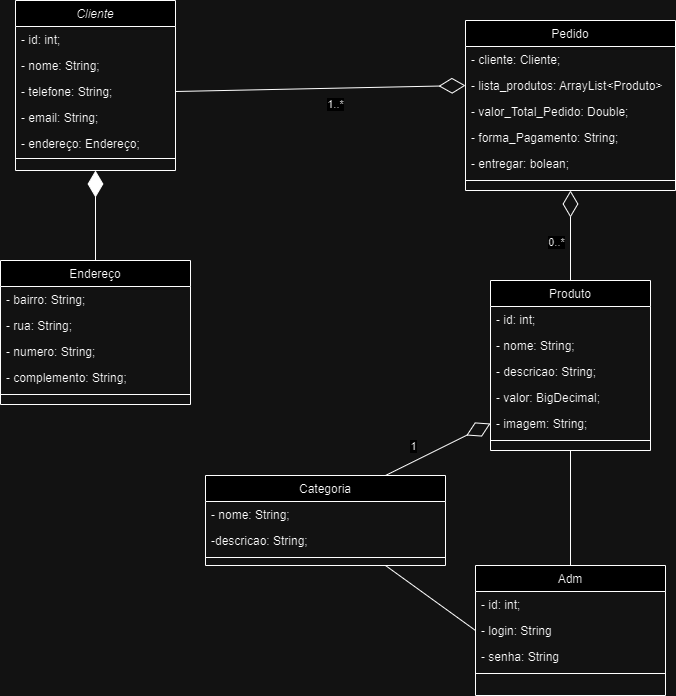
Joao-Antonio-Reis/Projeto-Delivery keeps this draw.io diagram as Documents/Diagrama UML- Projeto Final.png. Above is the earlier version. Source tidied: cells renumbered, new cells last; positions are measured from the earlier drawing's top-left corner, leaving out a move shared by most shapes. Source of this version:
```xml
<mxGraphModel>
  <root>
    <mxCell id="0" />
    <mxCell id="1" parent="0" />
    <mxCell id="2" value="Cliente" style="swimlane;fontStyle=2;align=center;verticalAlign=top;horizontal=1;startSize=26;rounded=0;shadow=0;strokeWidth=1;" parent="1" vertex="1">
      <mxGeometry x="15" width="160" height="170" as="geometry" />
    </mxCell>
    <mxCell id="3" value="- id: int;  " style="text;align=left;verticalAlign=top;spacingLeft=4;spacingRight=4;overflow=hidden;" parent="2" vertex="1">
      <mxGeometry y="26" width="160" height="26" as="geometry" />
    </mxCell>
    <mxCell id="4" value="- nome: String;        " style="text;align=left;verticalAlign=top;spacingLeft=4;spacingRight=4;overflow=hidden;rounded=0;shadow=0;html=0;" parent="2" vertex="1">
      <mxGeometry y="52" width="160" height="26" as="geometry" />
    </mxCell>
    <mxCell id="5" value="- telefone: String;" style="text;align=left;verticalAlign=top;spacingLeft=4;spacingRight=4;overflow=hidden;points=[[0,0.5],[1,0.5]];portConstraint=eastwest;rounded=0;shadow=0;html=0;" parent="2" vertex="1">
      <mxGeometry y="78" width="160" height="26" as="geometry" />
    </mxCell>
    <mxCell id="6" value="- email: String;" style="text;align=left;verticalAlign=top;spacingLeft=4;spacingRight=4;overflow=hidden;rounded=0;shadow=0;html=0;" parent="2" vertex="1">
      <mxGeometry y="104" width="160" height="26" as="geometry" />
    </mxCell>
    <mxCell id="7" value="- endereço: Endereço;" style="text;align=left;verticalAlign=top;spacingLeft=4;spacingRight=4;overflow=hidden;rounded=0;shadow=0;html=0;" parent="2" vertex="1">
      <mxGeometry y="130" width="160" height="26" as="geometry" />
    </mxCell>
    <mxCell id="8" style="line;html=1;strokeWidth=1;align=left;verticalAlign=middle;spacingTop=-1;spacingLeft=3;spacingRight=3;labelPosition=right;" parent="2" vertex="1">
      <mxGeometry y="156" width="160" height="4" as="geometry" />
    </mxCell>
    <mxCell id="9" style="rounded=0;jettySize=auto;html=1;endArrow=diamondThin;endFill=1;startArrow=none;startFill=0;endSize=24;startSize=24;" parent="1" edge="1" source="10">
      <mxGeometry relative="1" as="geometry">
        <mxPoint x="95" y="170" as="targetPoint" />
      </mxGeometry>
    </mxCell>
    <mxCell id="10" value="Endereço" style="swimlane;fontStyle=0;align=center;verticalAlign=top;horizontal=1;startSize=26;rounded=0;shadow=0;strokeWidth=1;" parent="1" vertex="1">
      <mxGeometry y="260" width="190" height="144" as="geometry" />
    </mxCell>
    <mxCell id="11" value="- bairro: String;" style="text;align=left;verticalAlign=top;spacingLeft=4;spacingRight=4;overflow=hidden;" parent="10" vertex="1">
      <mxGeometry y="26" width="190" height="26" as="geometry" />
    </mxCell>
    <mxCell id="12" value="- rua: String;" style="text;align=left;verticalAlign=top;spacingLeft=4;spacingRight=4;overflow=hidden;rounded=0;shadow=0;html=0;" parent="10" vertex="1">
      <mxGeometry y="52" width="190" height="26" as="geometry" />
    </mxCell>
    <mxCell id="13" value="- numero: String;" style="text;align=left;verticalAlign=top;spacingLeft=4;spacingRight=4;overflow=hidden;rounded=0;shadow=0;html=0;" parent="10" vertex="1">
      <mxGeometry y="78" width="190" height="26" as="geometry" />
    </mxCell>
    <mxCell id="14" value="- complemento: String;" style="text;align=left;verticalAlign=top;spacingLeft=4;spacingRight=4;overflow=hidden;rounded=0;shadow=0;html=0;" parent="10" vertex="1">
      <mxGeometry y="104" width="190" height="26" as="geometry" />
    </mxCell>
    <mxCell id="15" style="line;html=1;strokeWidth=1;align=left;verticalAlign=middle;spacingTop=-1;spacingLeft=3;spacingRight=3;labelPosition=right;" parent="10" vertex="1">
      <mxGeometry y="130" width="190" height="8" as="geometry" />
    </mxCell>
    <mxCell id="16" value="Produto" style="swimlane;fontStyle=0;align=center;verticalAlign=top;horizontal=1;startSize=26;rounded=0;shadow=0;strokeWidth=1;" parent="1" vertex="1">
      <mxGeometry x="490" y="280" width="160" height="170" as="geometry" />
    </mxCell>
    <mxCell id="17" value="- id: int;" style="text;align=left;verticalAlign=top;spacingLeft=4;spacingRight=4;overflow=hidden;" parent="16" vertex="1">
      <mxGeometry y="26" width="160" height="26" as="geometry" />
    </mxCell>
    <mxCell id="18" value="- nome: String;" style="text;align=left;verticalAlign=top;spacingLeft=4;spacingRight=4;overflow=hidden;" parent="16" vertex="1">
      <mxGeometry y="52" width="160" height="26" as="geometry" />
    </mxCell>
    <mxCell id="19" value="- descricao: String;" style="text;align=left;verticalAlign=top;spacingLeft=4;spacingRight=4;overflow=hidden;" parent="16" vertex="1">
      <mxGeometry y="78" width="160" height="26" as="geometry" />
    </mxCell>
    <mxCell id="20" value="- valor: BigDecimal;" style="text;align=left;verticalAlign=top;spacingLeft=4;spacingRight=4;overflow=hidden;" parent="16" vertex="1">
      <mxGeometry y="104" width="160" height="26" as="geometry" />
    </mxCell>
    <mxCell id="21" value="- imagem: String;" style="text;align=left;verticalAlign=top;spacingLeft=4;spacingRight=4;overflow=hidden;points=[[0,0.5],[1,0.5]];portConstraint=eastwest;" parent="16" vertex="1">
      <mxGeometry y="130" width="160" height="26" as="geometry" />
    </mxCell>
    <mxCell id="22" style="line;html=1;strokeWidth=1;align=left;verticalAlign=middle;spacingTop=-1;spacingLeft=3;spacingRight=3;labelPosition=right;" parent="16" vertex="1">
      <mxGeometry y="156" width="160" height="8" as="geometry" />
    </mxCell>
    <mxCell id="23" value="Pedido" style="swimlane;fontStyle=0;align=center;verticalAlign=top;horizontal=1;startSize=26;rounded=0;shadow=0;strokeWidth=1;" parent="1" vertex="1">
      <mxGeometry x="465" y="20" width="210" height="170" as="geometry" />
    </mxCell>
    <mxCell id="24" value="- cliente: Cliente;" style="text;align=left;verticalAlign=top;spacingLeft=4;spacingRight=4;overflow=hidden;" parent="23" vertex="1">
      <mxGeometry y="26" width="210" height="26" as="geometry" />
    </mxCell>
    <mxCell id="25" value="- lista_produtos: ArrayList&lt;Produto&gt;" style="text;align=left;verticalAlign=top;spacingLeft=4;spacingRight=4;overflow=hidden;points=[[0,0.5],[1,0.5]];portConstraint=eastwest;rounded=0;shadow=0;html=0;" parent="23" vertex="1">
      <mxGeometry y="52" width="210" height="26" as="geometry" />
    </mxCell>
    <mxCell id="26" value="- valor_Total_Pedido: Double;" style="text;align=left;verticalAlign=top;spacingLeft=4;spacingRight=4;overflow=hidden;rounded=0;shadow=0;html=0;" parent="23" vertex="1">
      <mxGeometry y="78" width="210" height="26" as="geometry" />
    </mxCell>
    <mxCell id="27" value="- forma_Pagamento: String;" style="text;align=left;verticalAlign=top;spacingLeft=4;spacingRight=4;overflow=hidden;rounded=0;shadow=0;html=0;" parent="23" vertex="1">
      <mxGeometry y="104" width="210" height="26" as="geometry" />
    </mxCell>
    <mxCell id="28" value="- entregar: bolean;" style="text;align=left;verticalAlign=top;spacingLeft=4;spacingRight=4;overflow=hidden;rounded=0;shadow=0;html=0;" parent="23" vertex="1">
      <mxGeometry y="130" width="210" height="26" as="geometry" />
    </mxCell>
    <mxCell id="29" style="line;html=1;strokeWidth=1;align=left;verticalAlign=middle;spacingTop=-1;spacingLeft=3;spacingRight=3;labelPosition=right;" parent="23" vertex="1">
      <mxGeometry y="156" width="210" height="8" as="geometry" />
    </mxCell>
    <mxCell id="30" style="rounded=0;jettySize=auto;html=1;exitX=0;exitY=0.5;exitDx=0;exitDy=0;entryX=0.75;entryY=1;entryDx=0;entryDy=0;endArrow=none;endFill=0;" parent="1" edge="1" source="33" target="38">
      <mxGeometry relative="1" as="geometry" />
    </mxCell>
    <mxCell id="31" value="Adm&#10;" style="swimlane;fontStyle=0;align=center;verticalAlign=top;horizontal=1;startSize=26;rounded=0;shadow=0;strokeWidth=1;" parent="1" vertex="1">
      <mxGeometry x="475" y="565" width="190" height="130" as="geometry" />
    </mxCell>
    <mxCell id="32" value="- id: int;" style="text;align=left;verticalAlign=top;spacingLeft=4;spacingRight=4;overflow=hidden;" parent="31" vertex="1">
      <mxGeometry y="26" width="190" height="26" as="geometry" />
    </mxCell>
    <mxCell id="33" value="- login: String" style="text;align=left;verticalAlign=top;spacingLeft=4;spacingRight=4;overflow=hidden;points=[[0,0.5],[1,0.5]];portConstraint=eastwest;rounded=0;shadow=0;html=0;" parent="31" vertex="1">
      <mxGeometry y="52" width="190" height="26" as="geometry" />
    </mxCell>
    <mxCell id="34" value="- senha: String" style="text;align=left;verticalAlign=top;spacingLeft=4;spacingRight=4;overflow=hidden;points=[[0,0.5],[1,0.5]];portConstraint=eastwest;rounded=0;shadow=0;html=0;" parent="31" vertex="1">
      <mxGeometry y="78" width="190" height="26" as="geometry" />
    </mxCell>
    <mxCell id="35" style="line;html=1;strokeWidth=1;align=left;verticalAlign=middle;spacingTop=-1;spacingLeft=3;spacingRight=3;labelPosition=right;" parent="31" vertex="1">
      <mxGeometry y="104" width="190" height="8" as="geometry" />
    </mxCell>
    <mxCell id="36" style="rounded=0;jettySize=auto;html=1;exitX=0.75;exitY=0;exitDx=0;exitDy=0;entryX=0;entryY=0.5;entryDx=0;entryDy=0;endArrow=diamondThin;endFill=0;endSize=24;startArrow=none;startFill=0;startSize=24;" parent="1" edge="1" source="38" target="21">
      <mxGeometry relative="1" as="geometry" />
    </mxCell>
    <mxCell id="37" value="1" style="edgeLabel;html=1;align=center;verticalAlign=middle;" parent="36" vertex="1">
      <mxGeometry x="-0.21" y="-2" relative="1" as="geometry">
        <mxPoint x="-15" y="-11" as="offset" />
      </mxGeometry>
    </mxCell>
    <mxCell id="38" value="Categoria" style="swimlane;fontStyle=0;align=center;verticalAlign=top;horizontal=1;startSize=26;rounded=0;shadow=0;strokeWidth=1;" parent="1" vertex="1">
      <mxGeometry x="205" y="475" width="240" height="90" as="geometry" />
    </mxCell>
    <mxCell id="39" value="- nome: String;" style="text;align=left;verticalAlign=top;spacingLeft=4;spacingRight=4;overflow=hidden;" parent="38" vertex="1">
      <mxGeometry y="26" width="240" height="26" as="geometry" />
    </mxCell>
    <mxCell id="40" value="-descricao: String;" style="text;align=left;verticalAlign=top;spacingLeft=4;spacingRight=4;overflow=hidden;rounded=0;shadow=0;html=0;" parent="38" vertex="1">
      <mxGeometry y="52" width="240" height="26" as="geometry" />
    </mxCell>
    <mxCell id="41" style="line;html=1;strokeWidth=1;align=left;verticalAlign=middle;spacingTop=-1;spacingLeft=3;spacingRight=3;labelPosition=right;" parent="38" vertex="1">
      <mxGeometry y="78" width="240" height="8" as="geometry" />
    </mxCell>
    <mxCell id="42" style="endArrow=diamondThin;endFill=0;endSize=24;html=1;rounded=0;startArrow=none;startFill=0;exitX=1;exitY=0.5;exitDx=0;exitDy=0;entryX=0;entryY=0.5;entryDx=0;entryDy=0;startSize=24;" parent="1" edge="1" source="5" target="25">
      <mxGeometry relative="1" as="geometry" />
    </mxCell>
    <mxCell id="43" value="1..*" style="edgeLabel;html=1;align=center;verticalAlign=middle;" parent="42" vertex="1">
      <mxGeometry x="0.91" y="-2" relative="1" as="geometry">
        <mxPoint x="-117" y="16" as="offset" />
      </mxGeometry>
    </mxCell>
    <mxCell id="44" style="endArrow=none;endFill=0;endSize=24;html=1;rounded=0;exitX=0.5;exitY=1;exitDx=0;exitDy=0;entryX=0.5;entryY=0;entryDx=0;entryDy=0;startArrow=diamondThin;startFill=0;startSize=24;" parent="1" edge="1" source="23" target="16">
      <mxGeometry relative="1" as="geometry" />
    </mxCell>
    <mxCell id="45" value="0..*" style="edgeLabel;html=1;align=center;verticalAlign=middle;" parent="44" vertex="1">
      <mxGeometry x="0.13" relative="1" as="geometry">
        <mxPoint x="-15" as="offset" />
      </mxGeometry>
    </mxCell>
    <mxCell id="46" style="rounded=0;jettySize=auto;html=1;exitX=0.5;exitY=0;exitDx=0;exitDy=0;entryX=0.5;entryY=1;entryDx=0;entryDy=0;endArrow=none;endFill=0;" parent="1" edge="1" source="31" target="16">
      <mxGeometry relative="1" as="geometry" />
    </mxCell>
  </root>
</mxGraphModel>
```
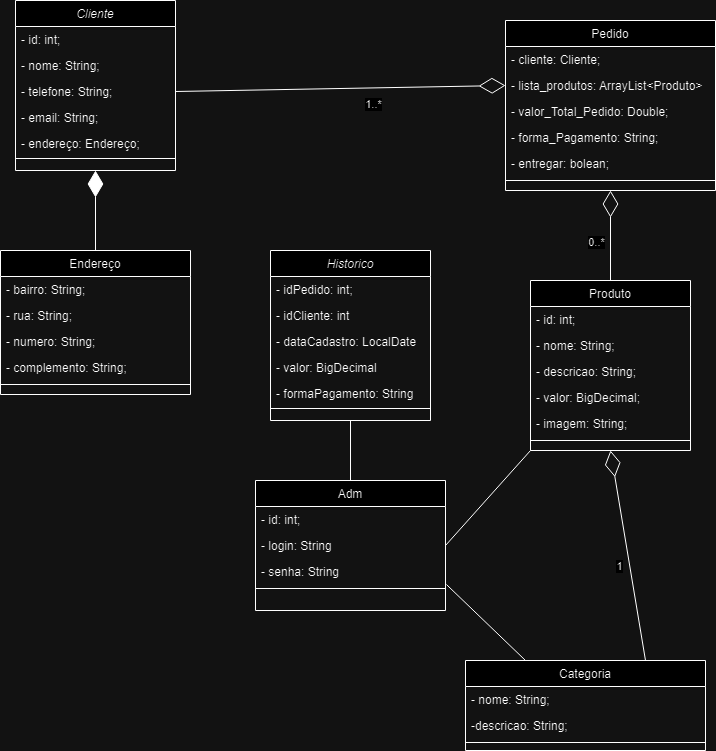
Later version of the same file.

What changed in the source:
```diff
@@ -3,7 +3,7 @@
     <mxCell id="0" />
     <mxCell id="1" parent="0" />
     <mxCell id="2" value="Cliente" style="swimlane;fontStyle=2;align=center;verticalAlign=top;horizontal=1;startSize=26;rounded=0;shadow=0;strokeWidth=1;" parent="1" vertex="1">
-      <mxGeometry x="15" width="160" height="170" as="geometry" />
+      <mxGeometry x="-25" width="160" height="170" as="geometry" />
     </mxCell>
     <mxCell id="3" value="- id: int;  " style="text;align=left;verticalAlign=top;spacingLeft=4;spacingRight=4;overflow=hidden;" parent="2" vertex="1">
       <mxGeometry y="26" width="160" height="26" as="geometry" />
@@ -23,13 +23,11 @@
     <mxCell id="8" style="line;html=1;strokeWidth=1;align=left;verticalAlign=middle;spacingTop=-1;spacingLeft=3;spacingRight=3;labelPosition=right;" parent="2" vertex="1">
       <mxGeometry y="156" width="160" height="4" as="geometry" />
     </mxCell>
-    <mxCell id="9" style="rounded=0;jettySize=auto;html=1;endArrow=diamondThin;endFill=1;startArrow=none;startFill=0;endSize=24;startSize=24;" parent="1" edge="1" source="10">
-      <mxGeometry relative="1" as="geometry">
-        <mxPoint x="95" y="170" as="targetPoint" />
-      </mxGeometry>
+    <mxCell id="9" style="rounded=0;jettySize=auto;html=1;endArrow=diamondThin;endFill=1;startArrow=none;startFill=0;endSize=24;startSize=24;entryX=0.5;entryY=1;entryDx=0;entryDy=0;" parent="1" edge="1" source="10" target="2">
+      <mxGeometry relative="1" as="geometry" />
     </mxCell>
     <mxCell id="10" value="Endereço" style="swimlane;fontStyle=0;align=center;verticalAlign=top;horizontal=1;startSize=26;rounded=0;shadow=0;strokeWidth=1;" parent="1" vertex="1">
-      <mxGeometry y="260" width="190" height="144" as="geometry" />
+      <mxGeometry x="-40" y="250" width="190" height="144" as="geometry" />
     </mxCell>
     <mxCell id="11" value="- bairro: String;" style="text;align=left;verticalAlign=top;spacingLeft=4;spacingRight=4;overflow=hidden;" parent="10" vertex="1">
       <mxGeometry y="26" width="190" height="26" as="geometry" />
@@ -88,11 +86,11 @@
     <mxCell id="29" style="line;html=1;strokeWidth=1;align=left;verticalAlign=middle;spacingTop=-1;spacingLeft=3;spacingRight=3;labelPosition=right;" parent="23" vertex="1">
       <mxGeometry y="156" width="210" height="8" as="geometry" />
     </mxCell>
-    <mxCell id="30" style="rounded=0;jettySize=auto;html=1;exitX=0;exitY=0.5;exitDx=0;exitDy=0;entryX=0.75;entryY=1;entryDx=0;entryDy=0;endArrow=none;endFill=0;" parent="1" edge="1" source="33" target="38">
+    <mxCell id="30" style="rounded=0;jettySize=auto;html=1;exitX=1.005;exitY=1;exitDx=0;exitDy=0;entryX=0.25;entryY=0;entryDx=0;entryDy=0;endArrow=none;endFill=0;exitPerimeter=0;" parent="1" edge="1" source="34" target="38">
       <mxGeometry relative="1" as="geometry" />
     </mxCell>
     <mxCell id="31" value="Adm&#10;" style="swimlane;fontStyle=0;align=center;verticalAlign=top;horizontal=1;startSize=26;rounded=0;shadow=0;strokeWidth=1;" parent="1" vertex="1">
-      <mxGeometry x="475" y="565" width="190" height="130" as="geometry" />
+      <mxGeometry x="215" y="480" width="190" height="130" as="geometry" />
     </mxCell>
     <mxCell id="32" value="- id: int;" style="text;align=left;verticalAlign=top;spacingLeft=4;spacingRight=4;overflow=hidden;" parent="31" vertex="1">
       <mxGeometry y="26" width="190" height="26" as="geometry" />
@@ -106,7 +104,7 @@
     <mxCell id="35" style="line;html=1;strokeWidth=1;align=left;verticalAlign=middle;spacingTop=-1;spacingLeft=3;spacingRight=3;labelPosition=right;" parent="31" vertex="1">
       <mxGeometry y="104" width="190" height="8" as="geometry" />
     </mxCell>
-    <mxCell id="36" style="rounded=0;jettySize=auto;html=1;exitX=0.75;exitY=0;exitDx=0;exitDy=0;entryX=0;entryY=0.5;entryDx=0;entryDy=0;endArrow=diamondThin;endFill=0;endSize=24;startArrow=none;startFill=0;startSize=24;" parent="1" edge="1" source="38" target="21">
+    <mxCell id="36" style="rounded=0;jettySize=auto;html=1;exitX=0.75;exitY=0;exitDx=0;exitDy=0;entryX=0.5;entryY=1;entryDx=0;entryDy=0;endArrow=diamondThin;endFill=0;endSize=24;startArrow=none;startFill=0;startSize=24;" parent="1" edge="1" source="38" target="16">
       <mxGeometry relative="1" as="geometry" />
     </mxCell>
     <mxCell id="37" value="1" style="edgeLabel;html=1;align=center;verticalAlign=middle;" parent="36" vertex="1">
@@ -115,7 +113,7 @@
       </mxGeometry>
     </mxCell>
     <mxCell id="38" value="Categoria" style="swimlane;fontStyle=0;align=center;verticalAlign=top;horizontal=1;startSize=26;rounded=0;shadow=0;strokeWidth=1;" parent="1" vertex="1">
-      <mxGeometry x="205" y="475" width="240" height="90" as="geometry" />
+      <mxGeometry x="425" y="660" width="240" height="90" as="geometry" />
     </mxCell>
     <mxCell id="39" value="- nome: String;" style="text;align=left;verticalAlign=top;spacingLeft=4;spacingRight=4;overflow=hidden;" parent="38" vertex="1">
       <mxGeometry y="26" width="240" height="26" as="geometry" />
@@ -142,8 +140,32 @@
         <mxPoint x="-15" as="offset" />
       </mxGeometry>
     </mxCell>
-    <mxCell id="46" style="rounded=0;jettySize=auto;html=1;exitX=0.5;exitY=0;exitDx=0;exitDy=0;entryX=0.5;entryY=1;entryDx=0;entryDy=0;endArrow=none;endFill=0;" parent="1" edge="1" source="31" target="16">
+    <mxCell id="46" style="rounded=0;jettySize=auto;html=1;entryX=0;entryY=1;entryDx=0;entryDy=0;endArrow=none;endFill=0;exitX=1;exitY=0.5;exitDx=0;exitDy=0;" parent="1" edge="1" source="33" target="16">
       <mxGeometry relative="1" as="geometry" />
     </mxCell>
+    <mxCell id="47" style="rounded=0;jettySize=auto;html=1;endArrow=none;endFill=0;" parent="1" edge="1" source="48" target="31">
+      <mxGeometry relative="1" as="geometry" />
+    </mxCell>
+    <mxCell id="48" value="Historico" style="swimlane;fontStyle=2;align=center;verticalAlign=top;horizontal=1;startSize=26;rounded=0;shadow=0;strokeWidth=1;" parent="1" vertex="1">
+      <mxGeometry x="230" y="250" width="160" height="170" as="geometry" />
+    </mxCell>
+    <mxCell id="49" value="- idPedido: int;  " style="text;align=left;verticalAlign=top;spacingLeft=4;spacingRight=4;overflow=hidden;" parent="48" vertex="1">
+      <mxGeometry y="26" width="160" height="26" as="geometry" />
+    </mxCell>
+    <mxCell id="50" value="- idCliente: int" style="text;align=left;verticalAlign=top;spacingLeft=4;spacingRight=4;overflow=hidden;rounded=0;shadow=0;html=0;" parent="48" vertex="1">
+      <mxGeometry y="52" width="160" height="26" as="geometry" />
+    </mxCell>
+    <mxCell id="51" value="- dataCadastro: LocalDate" style="text;align=left;verticalAlign=top;spacingLeft=4;spacingRight=4;overflow=hidden;rounded=0;shadow=0;html=0;" parent="48" vertex="1">
+      <mxGeometry y="78" width="160" height="26" as="geometry" />
+    </mxCell>
+    <mxCell id="52" value="- valor: BigDecimal" style="text;align=left;verticalAlign=top;spacingLeft=4;spacingRight=4;overflow=hidden;rounded=0;shadow=0;html=0;" parent="48" vertex="1">
+      <mxGeometry y="104" width="160" height="26" as="geometry" />
+    </mxCell>
+    <mxCell id="53" value="- formaPagamento: String" style="text;align=left;verticalAlign=top;spacingLeft=4;spacingRight=4;overflow=hidden;rounded=0;shadow=0;html=0;" parent="48" vertex="1">
+      <mxGeometry y="130" width="160" height="26" as="geometry" />
+    </mxCell>
+    <mxCell id="54" style="line;html=1;strokeWidth=1;align=left;verticalAlign=middle;spacingTop=-1;spacingLeft=3;spacingRight=3;labelPosition=right;" parent="48" vertex="1">
+      <mxGeometry y="156" width="160" height="4" as="geometry" />
+    </mxCell>
   </root>
 </mxGraphModel>
```
